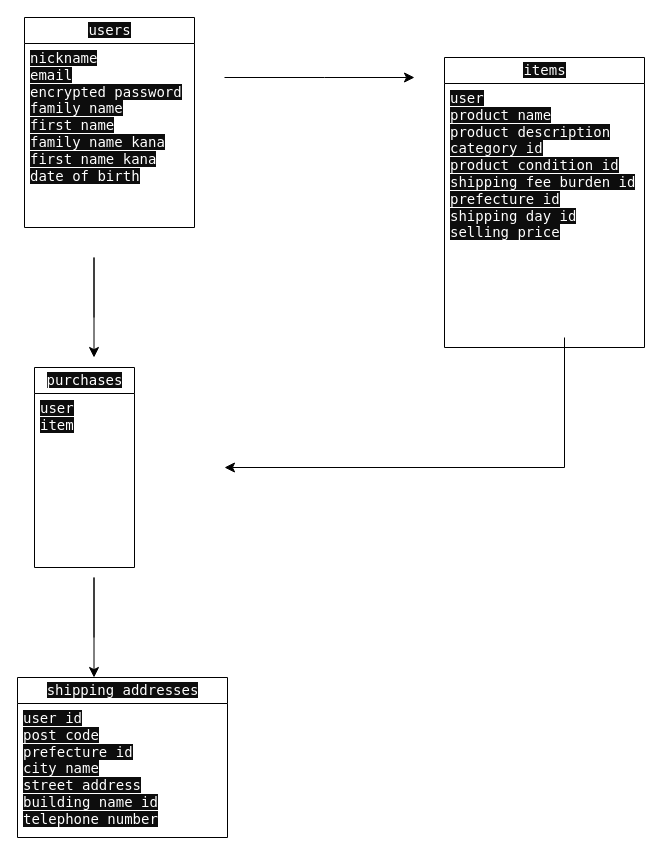
Above: furima.dio in sasakibambi/furima-40499 (draw.io), before the change. Source tidied: cells renumbered, new cells numbered last; positions are measured from the earlier drawing's top-left corner, leaving out a move shared by most shapes. Both pictures are drawn from the tidied source at 100%, with x=0, y=0 at pixel (-36, 17).
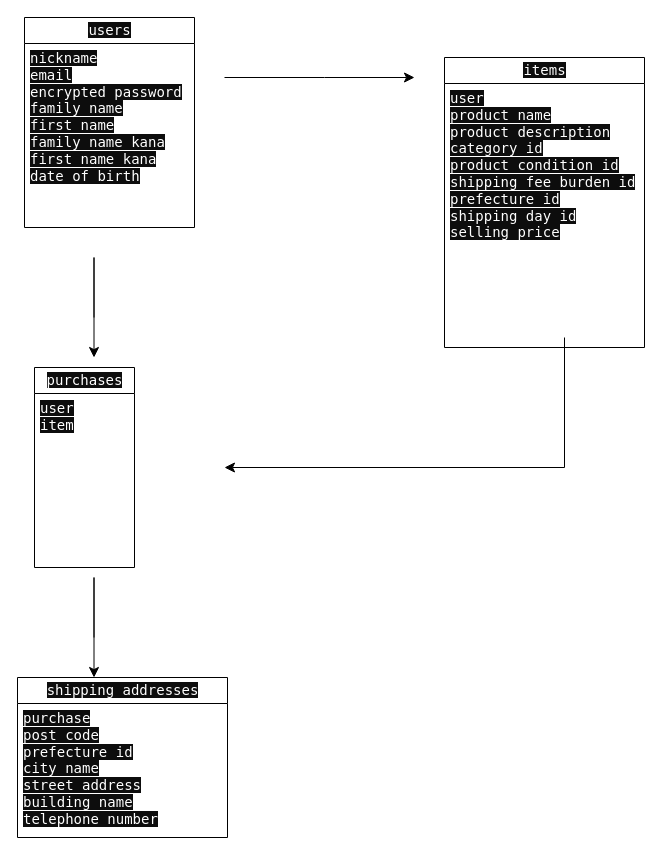
Above is the later version.

Commit message (it also covers changes not shown here):
データベース設計(修正4)

Unchanged cells that the change refers to:
```xml
<mxCell id="5" value="&lt;span style=&quot;color: rgb(255, 255, 255); font-family: &amp;quot;Söhne Mono&amp;quot;, Monaco, &amp;quot;Andale Mono&amp;quot;, &amp;quot;Ubuntu Mono&amp;quot;, monospace; font-size: 14px; text-align: left; background-color: rgb(13, 13, 13);&quot;&gt;shipping_addresses&lt;/span&gt;" style="swimlane;fontStyle=0;horizontal=1;startSize=26;fillColor=none;html=1;" parent="1" vertex="1">
  <mxGeometry x="53" y="660" width="210" height="160" as="geometry" />
</mxCell>
```

Diff of the diagram source:
```diff
@@
-    <mxCell id="6" value="&lt;span style=&quot;color: rgb(255, 255, 255); font-family: &amp;quot;Söhne Mono&amp;quot;, Monaco, &amp;quot;Andale Mono&amp;quot;, &amp;quot;Ubuntu Mono&amp;quot;, monospace; font-size: 14px; background-color: rgb(13, 13, 13);&quot;&gt;user_id&lt;br&gt;&lt;/span&gt;&lt;span style=&quot;color: rgb(255, 255, 255); font-family: &amp;quot;Söhne Mono&amp;quot;, Monaco, &amp;quot;Andale Mono&amp;quot;, &amp;quot;Ubuntu Mono&amp;quot;, monospace; font-size: 14px; background-color: rgb(13, 13, 13);&quot;&gt;post_code&lt;br&gt;&lt;/span&gt;&lt;span style=&quot;color: rgb(255, 255, 255); font-family: &amp;quot;Söhne Mono&amp;quot;, Monaco, &amp;quot;Andale Mono&amp;quot;, &amp;quot;Ubuntu Mono&amp;quot;, monospace; font-size: 14px; background-color: rgb(13, 13, 13);&quot;&gt;prefecture_id&lt;br&gt;&lt;/span&gt;&lt;span style=&quot;color: rgb(255, 255, 255); font-family: &amp;quot;Söhne Mono&amp;quot;, Monaco, &amp;quot;Andale Mono&amp;quot;, &amp;quot;Ubuntu Mono&amp;quot;, monospace; font-size: 14px; background-color: rgb(13, 13, 13);&quot;&gt;city_name&lt;br&gt;&lt;/span&gt;&lt;span style=&quot;color: rgb(255, 255, 255); font-family: &amp;quot;Söhne Mono&amp;quot;, Monaco, &amp;quot;Andale Mono&amp;quot;, &amp;quot;Ubuntu Mono&amp;quot;, monospace; font-size: 14px; background-color: rgb(13, 13, 13);&quot;&gt;street_address &lt;br&gt;&lt;/span&gt;&lt;span style=&quot;color: rgb(255, 255, 255); font-family: &amp;quot;Söhne Mono&amp;quot;, Monaco, &amp;quot;Andale Mono&amp;quot;, &amp;quot;Ubuntu Mono&amp;quot;, monospace; font-size: 14px; background-color: rgb(13, 13, 13);&quot;&gt;building_name_id&lt;br&gt;&lt;/span&gt;&lt;span style=&quot;color: rgb(255, 255, 255); font-family: &amp;quot;Söhne Mono&amp;quot;, Monaco, &amp;quot;Andale Mono&amp;quot;, &amp;quot;Ubuntu Mono&amp;quot;, monospace; font-size: 14px; background-color: rgb(13, 13, 13);&quot;&gt;telephone_number&lt;/span&gt;&lt;span style=&quot;color: rgb(255, 255, 255); font-family: &amp;quot;Söhne Mono&amp;quot;, Monaco, &amp;quot;Andale Mono&amp;quot;, &amp;quot;Ubuntu Mono&amp;quot;, monospace; font-size: 14px; background-color: rgb(13, 13, 13);&quot;&gt;&lt;br&gt;&lt;/span&gt;" style="text;strokeColor=none;fillColor=none;align=left;verticalAlign=top;spacingLeft=4;spacingRight=4;overflow=hidden;whiteSpace=wrap;html=1;" parent="5" vertex="1">
+    <mxCell id="6" value="&lt;span style=&quot;color: rgb(255, 255, 255); font-family: &amp;quot;Söhne Mono&amp;quot;, Monaco, &amp;quot;Andale Mono&amp;quot;, &amp;quot;Ubuntu Mono&amp;quot;, monospace; font-size: 14px; background-color: rgb(13, 13, 13);&quot;&gt;purchase&lt;br&gt;&lt;/span&gt;&lt;span style=&quot;color: rgb(255, 255, 255); font-family: &amp;quot;Söhne Mono&amp;quot;, Monaco, &amp;quot;Andale Mono&amp;quot;, &amp;quot;Ubuntu Mono&amp;quot;, monospace; font-size: 14px; background-color: rgb(13, 13, 13);&quot;&gt;post_code&lt;br&gt;&lt;/span&gt;&lt;span style=&quot;color: rgb(255, 255, 255); font-family: &amp;quot;Söhne Mono&amp;quot;, Monaco, &amp;quot;Andale Mono&amp;quot;, &amp;quot;Ubuntu Mono&amp;quot;, monospace; font-size: 14px; background-color: rgb(13, 13, 13);&quot;&gt;prefecture_id&lt;br&gt;&lt;/span&gt;&lt;span style=&quot;color: rgb(255, 255, 255); font-family: &amp;quot;Söhne Mono&amp;quot;, Monaco, &amp;quot;Andale Mono&amp;quot;, &amp;quot;Ubuntu Mono&amp;quot;, monospace; font-size: 14px; background-color: rgb(13, 13, 13);&quot;&gt;city_name&lt;br&gt;&lt;/span&gt;&lt;span style=&quot;color: rgb(255, 255, 255); font-family: &amp;quot;Söhne Mono&amp;quot;, Monaco, &amp;quot;Andale Mono&amp;quot;, &amp;quot;Ubuntu Mono&amp;quot;, monospace; font-size: 14px; background-color: rgb(13, 13, 13);&quot;&gt;street_address &lt;br&gt;&lt;/span&gt;&lt;span style=&quot;color: rgb(255, 255, 255); font-family: &amp;quot;Söhne Mono&amp;quot;, Monaco, &amp;quot;Andale Mono&amp;quot;, &amp;quot;Ubuntu Mono&amp;quot;, monospace; font-size: 14px; background-color: rgb(13, 13, 13);&quot;&gt;building_name&lt;br&gt;&lt;/span&gt;&lt;span style=&quot;color: rgb(255, 255, 255); font-family: &amp;quot;Söhne Mono&amp;quot;, Monaco, &amp;quot;Andale Mono&amp;quot;, &amp;quot;Ubuntu Mono&amp;quot;, monospace; font-size: 14px; background-color: rgb(13, 13, 13);&quot;&gt;telephone_number&lt;/span&gt;&lt;span style=&quot;color: rgb(255, 255, 255); font-family: &amp;quot;Söhne Mono&amp;quot;, Monaco, &amp;quot;Andale Mono&amp;quot;, &amp;quot;Ubuntu Mono&amp;quot;, monospace; font-size: 14px; background-color: rgb(13, 13, 13);&quot;&gt;&lt;br&gt;&lt;/span&gt;" style="text;strokeColor=none;fillColor=none;align=left;verticalAlign=top;spacingLeft=4;spacingRight=4;overflow=hidden;whiteSpace=wrap;html=1;" parent="5" vertex="1">
       <mxGeometry y="26" width="210" height="134" as="geometry" />
     </mxCell>
```
